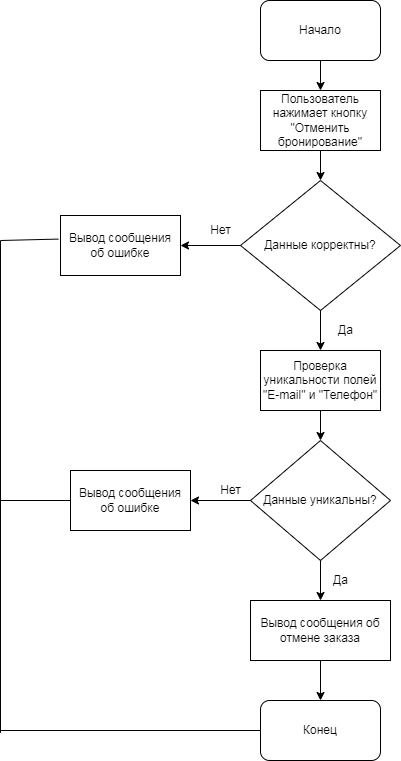
Earlier version of the draw.io export Предзаказ Я.Самокат.drawio.png (alenazbr/QAcourse). Source tidied: cells renumbered, new cells last; positions are measured from the earlier drawing's top-left corner, leaving out a move shared by most shapes. The source it was exported from:
```xml
<mxGraphModel>
  <root>
    <mxCell id="0" />
    <mxCell id="1" parent="0" />
    <mxCell id="2" value="Начало" style="rounded=1;whiteSpace=wrap;html=1;" parent="1" vertex="1">
      <mxGeometry x="260" width="120" height="60" as="geometry" />
    </mxCell>
    <mxCell id="3" style="endArrow=classic;html=1;rounded=0;exitX=0.5;exitY=1;exitDx=0;exitDy=0;" parent="1" edge="1" source="2" target="4">
      <mxGeometry relative="1" as="geometry" />
    </mxCell>
    <mxCell id="4" value="Пользователь нажимает кнопку &quot;Отменить бронирование&quot;" style="rounded=0;whiteSpace=wrap;html=1;" parent="1" vertex="1">
      <mxGeometry x="260" y="90" width="120" height="60" as="geometry" />
    </mxCell>
    <mxCell id="5" style="endArrow=classic;html=1;rounded=0;exitX=0.5;exitY=1;exitDx=0;exitDy=0;" parent="1" edge="1" source="4" target="6">
      <mxGeometry relative="1" as="geometry" />
    </mxCell>
    <mxCell id="6" value="Данные корректны?" style="rhombus;whiteSpace=wrap;html=1;" parent="1" vertex="1">
      <mxGeometry x="240" y="180" width="160" height="130" as="geometry" />
    </mxCell>
    <mxCell id="7" style="endArrow=classic;html=1;rounded=0;exitX=0;exitY=0.5;exitDx=0;exitDy=0;" parent="1" edge="1" source="6">
      <mxGeometry relative="1" as="geometry">
        <mxPoint x="180" y="245" as="targetPoint" />
      </mxGeometry>
    </mxCell>
    <mxCell id="8" style="endArrow=classic;html=1;rounded=0;exitX=0.5;exitY=1;exitDx=0;exitDy=0;" parent="1" edge="1" source="6">
      <mxGeometry relative="1" as="geometry">
        <mxPoint x="320" y="350" as="targetPoint" />
      </mxGeometry>
    </mxCell>
    <mxCell id="9" value="Да" style="text;html=1;align=center;verticalAlign=middle;strokeColor=none;fillColor=none;" parent="1" vertex="1">
      <mxGeometry x="330" y="320" width="30" height="20" as="geometry" />
    </mxCell>
    <mxCell id="10" value="Нет" style="text;html=1;align=center;verticalAlign=middle;strokeColor=none;fillColor=none;" parent="1" vertex="1">
      <mxGeometry x="200" y="220" width="40" height="20" as="geometry" />
    </mxCell>
    <mxCell id="11" value="Проверка уникальности полей &quot;E-mail&quot; и &quot;Телефон&quot;" style="rounded=0;whiteSpace=wrap;html=1;" parent="1" vertex="1">
      <mxGeometry x="260" y="350" width="120" height="60" as="geometry" />
    </mxCell>
    <mxCell id="12" value="Вывод сообщения об ошибке" style="rounded=0;whiteSpace=wrap;html=1;" parent="1" vertex="1">
      <mxGeometry x="60" y="215" width="120" height="60" as="geometry" />
    </mxCell>
    <mxCell id="13" style="endArrow=classic;html=1;rounded=0;exitX=0.5;exitY=1;exitDx=0;exitDy=0;" parent="1" edge="1" source="11" target="14">
      <mxGeometry relative="1" as="geometry" />
    </mxCell>
    <mxCell id="14" value="Данные уникальны?" style="rhombus;whiteSpace=wrap;html=1;" parent="1" vertex="1">
      <mxGeometry x="250" y="440" width="140" height="120" as="geometry" />
    </mxCell>
    <mxCell id="15" style="endArrow=classic;html=1;rounded=0;exitX=0;exitY=0.5;exitDx=0;exitDy=0;" parent="1" edge="1" source="14">
      <mxGeometry relative="1" as="geometry">
        <mxPoint x="190" y="500" as="targetPoint" />
      </mxGeometry>
    </mxCell>
    <mxCell id="16" style="endArrow=classic;html=1;rounded=0;exitX=0.5;exitY=1;exitDx=0;exitDy=0;" parent="1" edge="1" source="14">
      <mxGeometry relative="1" as="geometry">
        <mxPoint x="320" y="600" as="targetPoint" />
      </mxGeometry>
    </mxCell>
    <mxCell id="17" value="Да" style="text;html=1;align=center;verticalAlign=middle;strokeColor=none;fillColor=none;" parent="1" vertex="1">
      <mxGeometry x="325" y="570" width="30" height="20" as="geometry" />
    </mxCell>
    <mxCell id="18" value="Нет" style="text;html=1;align=center;verticalAlign=middle;strokeColor=none;fillColor=none;" parent="1" vertex="1">
      <mxGeometry x="210" y="480" width="40" height="20" as="geometry" />
    </mxCell>
    <mxCell id="19" value="&lt;span style=&quot;&quot;&gt;Вывод сообщения об ошибке&lt;/span&gt;" style="rounded=0;whiteSpace=wrap;html=1;" parent="1" vertex="1">
      <mxGeometry x="70" y="470" width="120" height="60" as="geometry" />
    </mxCell>
    <mxCell id="20" value="Вывод сообщения об отмене заказа" style="rounded=0;whiteSpace=wrap;html=1;" parent="1" vertex="1">
      <mxGeometry x="250" y="600" width="140" height="60" as="geometry" />
    </mxCell>
    <mxCell id="21" style="endArrow=classic;html=1;rounded=0;exitX=0.5;exitY=1;exitDx=0;exitDy=0;" parent="1" edge="1" source="20" target="22">
      <mxGeometry relative="1" as="geometry" />
    </mxCell>
    <mxCell id="22" value="Конец" style="rounded=1;whiteSpace=wrap;html=1;" parent="1" vertex="1">
      <mxGeometry x="260" y="700" width="120" height="60" as="geometry" />
    </mxCell>
    <mxCell id="23" style="endArrow=none;html=1;rounded=0;" parent="1" edge="1">
      <mxGeometry relative="1" as="geometry">
        <mxPoint y="240" as="sourcePoint" />
        <mxPoint y="732.4" as="targetPoint" />
      </mxGeometry>
    </mxCell>
    <mxCell id="24" style="endArrow=none;html=1;rounded=0;entryX=0;entryY=0.5;entryDx=0;entryDy=0;" parent="1" edge="1" target="22">
      <mxGeometry relative="1" as="geometry">
        <mxPoint y="730" as="sourcePoint" />
      </mxGeometry>
    </mxCell>
    <mxCell id="25" style="endArrow=none;html=1;rounded=0;entryX=0;entryY=0.5;entryDx=0;entryDy=0;" parent="1" edge="1" target="19">
      <mxGeometry relative="1" as="geometry">
        <mxPoint y="500" as="sourcePoint" />
      </mxGeometry>
    </mxCell>
    <mxCell id="26" style="endArrow=none;html=1;rounded=0;exitX=-0.017;exitY=0.393;exitDx=0;exitDy=0;exitPerimeter=0;" parent="1" edge="1" source="12">
      <mxGeometry relative="1" as="geometry">
        <mxPoint y="240" as="targetPoint" />
      </mxGeometry>
    </mxCell>
  </root>
</mxGraphModel>
```
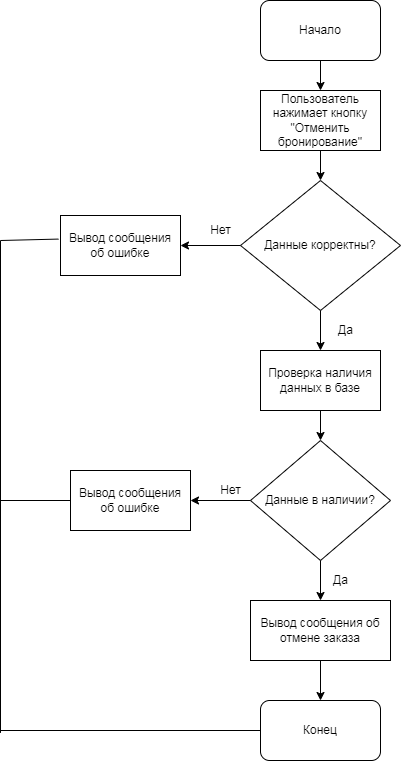
The same file after the commit.

What changed in the source:
```diff
@@ -33,7 +33,7 @@
     <mxCell id="10" value="Нет" style="text;html=1;align=center;verticalAlign=middle;strokeColor=none;fillColor=none;" parent="1" vertex="1">
       <mxGeometry x="200" y="220" width="40" height="20" as="geometry" />
     </mxCell>
-    <mxCell id="11" value="Проверка уникальности полей &quot;E-mail&quot; и &quot;Телефон&quot;" style="rounded=0;whiteSpace=wrap;html=1;" parent="1" vertex="1">
+    <mxCell id="11" value="Проверка наличия данных в базе" style="rounded=0;whiteSpace=wrap;html=1;" parent="1" vertex="1">
       <mxGeometry x="260" y="350" width="120" height="60" as="geometry" />
     </mxCell>
     <mxCell id="12" value="Вывод сообщения об ошибке" style="rounded=0;whiteSpace=wrap;html=1;" parent="1" vertex="1">
@@ -42,7 +42,7 @@
     <mxCell id="13" style="endArrow=classic;html=1;rounded=0;exitX=0.5;exitY=1;exitDx=0;exitDy=0;" parent="1" edge="1" source="11" target="14">
       <mxGeometry relative="1" as="geometry" />
     </mxCell>
-    <mxCell id="14" value="Данные уникальны?" style="rhombus;whiteSpace=wrap;html=1;" parent="1" vertex="1">
+    <mxCell id="14" value="Данные в наличии?" style="rhombus;whiteSpace=wrap;html=1;" parent="1" vertex="1">
       <mxGeometry x="250" y="440" width="140" height="120" as="geometry" />
     </mxCell>
     <mxCell id="15" style="endArrow=classic;html=1;rounded=0;exitX=0;exitY=0.5;exitDx=0;exitDy=0;" parent="1" edge="1" source="14">
```
